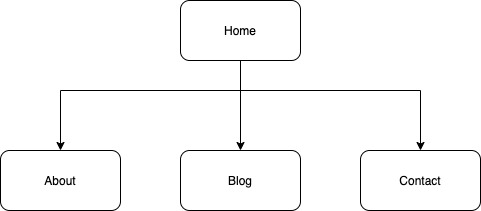
Before: img/readme-content/t1a2-sitemap.png, a diagram exported from draw.io (TimothyDunk/portfolio-website). Source tidied: cells renumbered, new cells last; positions are measured from the earlier drawing's top-left corner, leaving out a move shared by most shapes. The source it was exported from:
```xml
<mxGraphModel>
  <root>
    <mxCell id="0" />
    <mxCell id="1" parent="0" />
    <mxCell id="2" style="edgeStyle=orthogonalEdgeStyle;rounded=0;jettySize=auto;html=1;" parent="1" edge="1" target="6">
      <mxGeometry relative="1" as="geometry">
        <mxPoint x="240" y="90" as="sourcePoint" />
      </mxGeometry>
    </mxCell>
    <mxCell id="3" style="edgeStyle=orthogonalEdgeStyle;rounded=0;jettySize=auto;html=1;" parent="1" edge="1" source="5" target="7">
      <mxGeometry relative="1" as="geometry" />
    </mxCell>
    <mxCell id="4" style="edgeStyle=orthogonalEdgeStyle;rounded=0;jettySize=auto;html=1;" parent="1" edge="1" target="8">
      <mxGeometry relative="1" as="geometry">
        <mxPoint x="240" y="90" as="sourcePoint" />
      </mxGeometry>
    </mxCell>
    <mxCell id="5" value="Home" style="rounded=1;whiteSpace=wrap;html=1;" parent="1" vertex="1">
      <mxGeometry x="180" width="120" height="60" as="geometry" />
    </mxCell>
    <mxCell id="6" value="About" style="whiteSpace=wrap;html=1;rounded=1;" parent="1" vertex="1">
      <mxGeometry y="150" width="120" height="60" as="geometry" />
    </mxCell>
    <mxCell id="7" value="Blog" style="whiteSpace=wrap;html=1;rounded=1;" parent="1" vertex="1">
      <mxGeometry x="180" y="150" width="120" height="60" as="geometry" />
    </mxCell>
    <mxCell id="8" value="Contact" style="whiteSpace=wrap;html=1;rounded=1;" parent="1" vertex="1">
      <mxGeometry x="360" y="150" width="120" height="60" as="geometry" />
    </mxCell>
  </root>
</mxGraphModel>
```
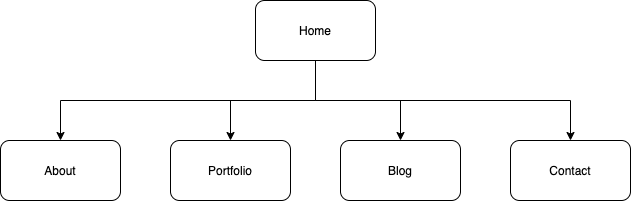
After the change.

Diff of the diagram source:
```diff
@@ -2,30 +2,36 @@
   <root>
     <mxCell id="0" />
     <mxCell id="1" parent="0" />
-    <mxCell id="2" style="edgeStyle=orthogonalEdgeStyle;rounded=0;jettySize=auto;html=1;" parent="1" edge="1" target="6">
-      <mxGeometry relative="1" as="geometry">
-        <mxPoint x="240" y="90" as="sourcePoint" />
-      </mxGeometry>
-    </mxCell>
+    <mxCell id="9" style="edgeStyle=orthogonalEdgeStyle;rounded=0;jettySize=auto;html=1;" parent="1" edge="1" target="6">
+      <mxGeometry relative="1" as="geometry">
+        <mxPoint x="90" y="110" as="sourcePoint" />
+      </mxGeometry>
+    </mxCell>
+    <mxCell id="10" style="edgeStyle=orthogonalEdgeStyle;rounded=0;jettySize=auto;html=1;" parent="1" edge="1" source="5" target="12">
+      <mxGeometry relative="1" as="geometry" />
+    </mxCell>
     <mxCell id="3" style="edgeStyle=orthogonalEdgeStyle;rounded=0;jettySize=auto;html=1;" parent="1" edge="1" source="5" target="7">
       <mxGeometry relative="1" as="geometry" />
     </mxCell>
-    <mxCell id="4" style="edgeStyle=orthogonalEdgeStyle;rounded=0;jettySize=auto;html=1;" parent="1" edge="1" target="8">
-      <mxGeometry relative="1" as="geometry">
-        <mxPoint x="240" y="90" as="sourcePoint" />
-      </mxGeometry>
-    </mxCell>
+    <mxCell id="11" style="edgeStyle=orthogonalEdgeStyle;rounded=0;jettySize=auto;html=1;" parent="1" edge="1" target="8">
+      <mxGeometry relative="1" as="geometry">
+        <mxPoint x="170" y="110" as="sourcePoint" />
+      </mxGeometry>
+    </mxCell>
     <mxCell id="5" value="Home" style="rounded=1;whiteSpace=wrap;html=1;" parent="1" vertex="1">
-      <mxGeometry x="180" width="120" height="60" as="geometry" />
+      <mxGeometry x="30" y="10" width="120" height="60" as="geometry" />
     </mxCell>
     <mxCell id="6" value="About" style="whiteSpace=wrap;html=1;rounded=1;" parent="1" vertex="1">
-      <mxGeometry y="150" width="120" height="60" as="geometry" />
+      <mxGeometry x="-225" y="150" width="120" height="60" as="geometry" />
     </mxCell>
+    <mxCell id="12" value="Portfolio" style="whiteSpace=wrap;html=1;rounded=1;" parent="1" vertex="1">
+      <mxGeometry x="-55" y="150" width="120" height="60" as="geometry" />
+    </mxCell>
     <mxCell id="7" value="Blog" style="whiteSpace=wrap;html=1;rounded=1;" parent="1" vertex="1">
-      <mxGeometry x="180" y="150" width="120" height="60" as="geometry" />
+      <mxGeometry x="115" y="150" width="120" height="60" as="geometry" />
     </mxCell>
     <mxCell id="8" value="Contact" style="whiteSpace=wrap;html=1;rounded=1;" parent="1" vertex="1">
-      <mxGeometry x="360" y="150" width="120" height="60" as="geometry" />
+      <mxGeometry x="285" y="150" width="120" height="60" as="geometry" />
     </mxCell>
   </root>
 </mxGraphModel>
```
